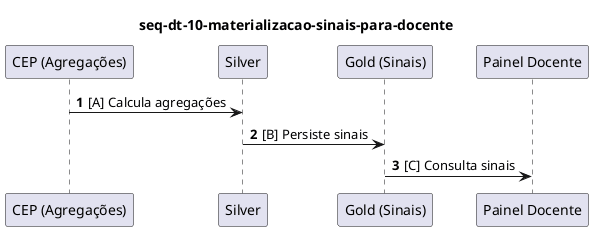
Earlier version of the PlantUML export projeto/assets/seq/seq-dt-10-materializacao-sinais-para-docente.png (afonsolelis/pesquisa_modelo_gd_apb). Its diagram source:
```plantuml
@startuml
autonumber
participant "CEP (Agregações)" as CEP_Agrega_es
participant "Silver" as Silver
participant "Gold (Sinais)" as Gold_Sinais
participant "Painel Docente" as Painel_Docente
title seq-dt-10-materializacao-sinais-para-docente
CEP_Agrega_es -> Silver : [A] Calcula agregações
Silver -> Gold_Sinais : [B] Persiste sinais
Gold_Sinais -> Painel_Docente : [C] Consulta sinais
@enduml
```
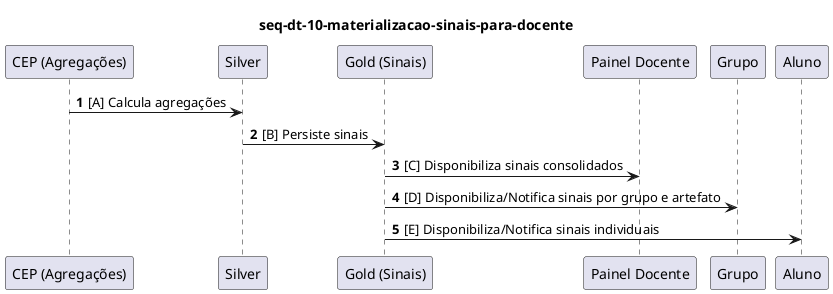
The same diagram one commit later.

What changed in the source:
```diff
@@ -7,5 +7,7 @@
 title seq-dt-10-materializacao-sinais-para-docente
 CEP_Agrega_es -> Silver : [A] Calcula agregações
 Silver -> Gold_Sinais : [B] Persiste sinais
-Gold_Sinais -> Painel_Docente : [C] Consulta sinais
+Gold_Sinais -> Painel_Docente : [C] Disponibiliza sinais consolidados
+Gold_Sinais -> Grupo : [D] Disponibiliza/Notifica sinais por grupo e artefato
+Gold_Sinais -> Aluno : [E] Disponibiliza/Notifica sinais individuais
 @enduml
```
